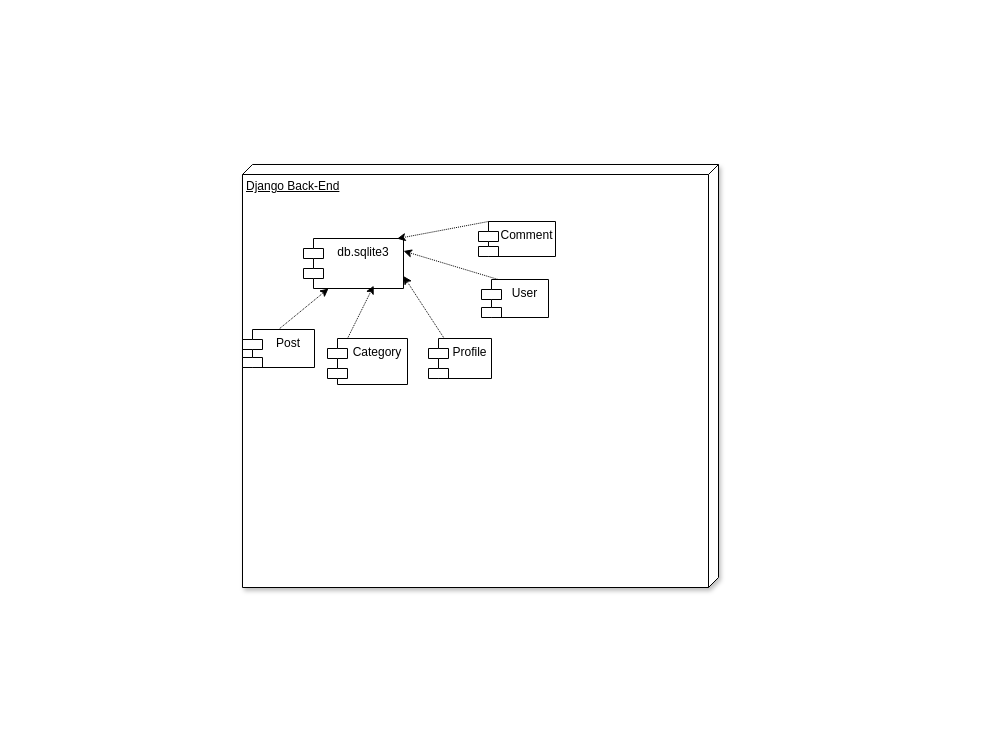
The draw.io diagram Diglog-Intro/deployment.drawio in mmd-punisher/Diglog, before the edit. Source tidied: cells renumbered, new cells numbered last; positions are measured from the earlier drawing's top-left corner, leaving out a move shared by most shapes. Both pictures are drawn from the tidied source at 100%, with x=0, y=0 at pixel (242, 164). Pictures stored in the file or linked from it are replaced by grey dashed boxes.
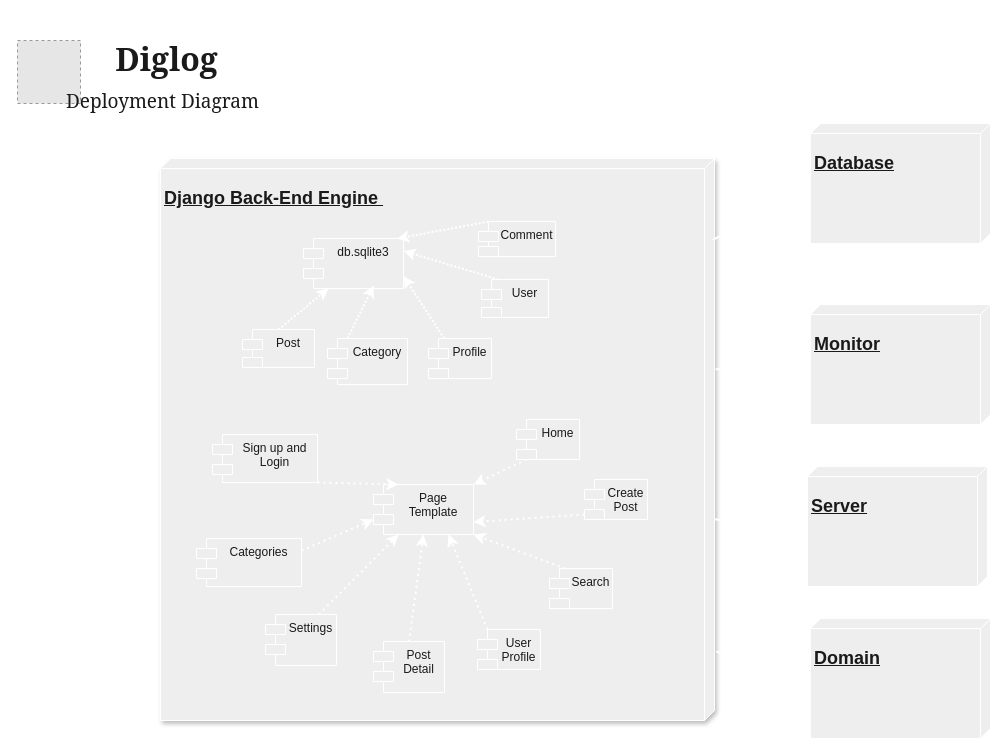
The same diagram, later.

Diff of the diagram source:
```diff
@@
-    <mxCell id="2" value="Django Back-End" style="verticalAlign=top;align=left;spacingTop=8;spacingLeft=2;spacingRight=12;shape=cube;size=10;direction=south;fontStyle=4;html=1;whiteSpace=wrap;shadow=1;" parent="1" vertex="1">
-      <mxGeometry width="476" height="423" as="geometry" />
+    <mxCell id="2" value="&lt;h2&gt;Django Back-End Engine&amp;nbsp;&lt;/h2&gt;" style="verticalAlign=top;align=left;spacingTop=8;spacingLeft=2;spacingRight=12;shape=cube;size=10;direction=south;fontStyle=4;html=1;whiteSpace=wrap;shadow=1;labelBackgroundColor=none;fillColor=#EEEEEE;strokeColor=#FFFFFF;fontColor=#1A1A1A;" parent="1" vertex="1">
+      <mxGeometry x="-82" y="-6" width="554" height="562" as="geometry" />
     </mxCell>
-    <mxCell id="3" value="db.sqlite3" style="shape=module;align=left;spacingLeft=20;align=center;verticalAlign=top;whiteSpace=wrap;html=1;" parent="1" vertex="1">
+    <mxCell id="3" value="db.sqlite3" style="shape=module;align=left;spacingLeft=20;align=center;verticalAlign=top;whiteSpace=wrap;html=1;labelBackgroundColor=none;fillColor=#EEEEEE;strokeColor=#FFFFFF;fontColor=#1A1A1A;" parent="1" vertex="1">
       <mxGeometry x="61" y="74" width="100" height="50" as="geometry" />
     </mxCell>
-    <mxCell id="4" style="rounded=0;jettySize=auto;html=1;exitX=0.5;exitY=0;exitDx=0;exitDy=0;entryX=0.25;entryY=1;entryDx=0;entryDy=0;dashed=1;dashPattern=1 1;" parent="1" edge="1" source="5" target="3">
+    <mxCell id="4" style="rounded=0;jettySize=auto;html=1;exitX=0.5;exitY=0;exitDx=0;exitDy=0;entryX=0.25;entryY=1;entryDx=0;entryDy=0;dashed=1;dashPattern=1 1;strokeWidth=2;labelBackgroundColor=none;strokeColor=#FFFFFF;fontColor=default;" parent="1" edge="1" source="5" target="3">
       <mxGeometry relative="1" as="geometry" />
     </mxCell>
-    <mxCell id="5" value="Post" style="shape=module;align=left;spacingLeft=20;align=center;verticalAlign=top;whiteSpace=wrap;html=1;" parent="1" vertex="1">
+    <mxCell id="5" value="Post" style="shape=module;align=left;spacingLeft=20;align=center;verticalAlign=top;whiteSpace=wrap;html=1;labelBackgroundColor=none;fillColor=#EEEEEE;strokeColor=#FFFFFF;fontColor=#1A1A1A;" parent="1" vertex="1">
       <mxGeometry y="165" width="72" height="38" as="geometry" />
     </mxCell>
-    <mxCell id="6" value="Category" style="shape=module;align=left;spacingLeft=20;align=center;verticalAlign=top;whiteSpace=wrap;html=1;" parent="1" vertex="1">
+    <mxCell id="6" value="Category" style="shape=module;align=left;spacingLeft=20;align=center;verticalAlign=top;whiteSpace=wrap;html=1;labelBackgroundColor=none;fillColor=#EEEEEE;strokeColor=#FFFFFF;fontColor=#1A1A1A;" parent="1" vertex="1">
       <mxGeometry x="85" y="174" width="80" height="46" as="geometry" />
     </mxCell>
-    <mxCell id="7" style="rounded=0;jettySize=auto;html=1;exitX=0.25;exitY=0;exitDx=0;exitDy=0;entryX=1;entryY=0.25;entryDx=0;entryDy=0;dashed=1;dashPattern=1 1;" parent="1" edge="1" source="8" target="3">
+    <mxCell id="7" style="rounded=0;jettySize=auto;html=1;exitX=0.25;exitY=0;exitDx=0;exitDy=0;entryX=1;entryY=0.25;entryDx=0;entryDy=0;dashed=1;dashPattern=1 1;strokeWidth=2;labelBackgroundColor=none;strokeColor=#FFFFFF;fontColor=default;" parent="1" edge="1" source="8" target="3">
       <mxGeometry relative="1" as="geometry" />
     </mxCell>
-    <mxCell id="8" value="User" style="shape=module;align=left;spacingLeft=20;align=center;verticalAlign=top;whiteSpace=wrap;html=1;" parent="1" vertex="1">
+    <mxCell id="8" value="User" style="shape=module;align=left;spacingLeft=20;align=center;verticalAlign=top;whiteSpace=wrap;html=1;labelBackgroundColor=none;fillColor=#EEEEEE;strokeColor=#FFFFFF;fontColor=#1A1A1A;" parent="1" vertex="1">
       <mxGeometry x="239" y="115" width="67" height="38" as="geometry" />
     </mxCell>
-    <mxCell id="9" style="rounded=0;jettySize=auto;html=1;exitX=0.25;exitY=0;exitDx=0;exitDy=0;entryX=1;entryY=0.75;entryDx=0;entryDy=0;dashed=1;dashPattern=1 1;" parent="1" edge="1" source="10" target="3">
+    <mxCell id="9" style="rounded=0;jettySize=auto;html=1;exitX=0.25;exitY=0;exitDx=0;exitDy=0;entryX=1;entryY=0.75;entryDx=0;entryDy=0;dashed=1;dashPattern=1 1;strokeWidth=2;labelBackgroundColor=none;strokeColor=#FFFFFF;fontColor=default;" parent="1" edge="1" source="10" target="3">
       <mxGeometry relative="1" as="geometry" />
     </mxCell>
-    <mxCell id="10" value="Profile" style="shape=module;align=left;spacingLeft=20;align=center;verticalAlign=top;whiteSpace=wrap;html=1;" parent="1" vertex="1">
+    <mxCell id="10" value="Profile" style="shape=module;align=left;spacingLeft=20;align=center;verticalAlign=top;whiteSpace=wrap;html=1;labelBackgroundColor=none;fillColor=#EEEEEE;strokeColor=#FFFFFF;fontColor=#1A1A1A;" parent="1" vertex="1">
       <mxGeometry x="186" y="174" width="63" height="40" as="geometry" />
     </mxCell>
-    <mxCell id="11" style="rounded=0;jettySize=auto;html=1;exitX=0.25;exitY=0;exitDx=0;exitDy=0;entryX=0.702;entryY=0.943;entryDx=0;entryDy=0;entryPerimeter=0;dashed=1;dashPattern=1 1;" parent="1" edge="1" source="6" target="3">
+    <mxCell id="11" style="rounded=0;jettySize=auto;html=1;exitX=0.25;exitY=0;exitDx=0;exitDy=0;entryX=0.702;entryY=0.943;entryDx=0;entryDy=0;entryPerimeter=0;dashed=1;dashPattern=1 1;strokeWidth=2;labelBackgroundColor=none;strokeColor=#FFFFFF;fontColor=default;" parent="1" edge="1" source="6" target="3">
       <mxGeometry relative="1" as="geometry" />
     </mxCell>
-    <mxCell id="12" value="Comment" style="shape=module;align=left;spacingLeft=20;align=center;verticalAlign=top;whiteSpace=wrap;html=1;" parent="1" vertex="1">
+    <mxCell id="12" value="Comment" style="shape=module;align=left;spacingLeft=20;align=center;verticalAlign=top;whiteSpace=wrap;html=1;labelBackgroundColor=none;fillColor=#EEEEEE;strokeColor=#FFFFFF;fontColor=#1A1A1A;" parent="1" vertex="1">
       <mxGeometry x="236" y="57" width="77" height="35" as="geometry" />
     </mxCell>
-    <mxCell id="13" style="rounded=0;jettySize=auto;html=1;exitX=0;exitY=0;exitDx=10;exitDy=0;exitPerimeter=0;entryX=0.936;entryY=0.003;entryDx=0;entryDy=0;entryPerimeter=0;dashed=1;dashPattern=1 1;" parent="1" edge="1" source="12" target="3">
+    <mxCell id="13" style="rounded=0;jettySize=auto;html=1;exitX=0;exitY=0;exitDx=10;exitDy=0;exitPerimeter=0;entryX=0.936;entryY=0.003;entryDx=0;entryDy=0;entryPerimeter=0;dashed=1;dashPattern=1 1;strokeWidth=2;labelBackgroundColor=none;strokeColor=#FFFFFF;fontColor=default;" parent="1" edge="1" source="12" target="3">
       <mxGeometry relative="1" as="geometry" />
     </mxCell>
+    <mxCell id="14" value="Page Template" style="shape=module;align=left;spacingLeft=20;align=center;verticalAlign=top;whiteSpace=wrap;html=1;labelBackgroundColor=none;fillColor=#EEEEEE;strokeColor=#FFFFFF;fontColor=#1A1A1A;" parent="1" vertex="1">
+      <mxGeometry x="131" y="320" width="100" height="50" as="geometry" />
+    </mxCell>
+    <mxCell id="15" style="rounded=0;jettySize=auto;html=1;exitX=0;exitY=1;exitDx=10;exitDy=0;exitPerimeter=0;entryX=1;entryY=0;entryDx=0;entryDy=0;dashed=1;dashPattern=1 2;strokeWidth=2;labelBackgroundColor=none;strokeColor=#FFFFFF;fontColor=default;" parent="1" edge="1" source="16" target="14">
+      <mxGeometry relative="1" as="geometry" />
+    </mxCell>
+    <mxCell id="16" value="Home" style="shape=module;align=left;spacingLeft=20;align=center;verticalAlign=top;whiteSpace=wrap;html=1;labelBackgroundColor=none;fillColor=#EEEEEE;strokeColor=#FFFFFF;fontColor=#1A1A1A;" parent="1" vertex="1">
+      <mxGeometry x="274" y="255" width="63" height="40" as="geometry" />
+    </mxCell>
+    <mxCell id="17" style="rounded=0;jettySize=auto;html=1;exitX=0;exitY=0;exitDx=0;exitDy=35;exitPerimeter=0;entryX=1;entryY=0.75;entryDx=0;entryDy=0;dashed=1;dashPattern=1 2;strokeWidth=2;labelBackgroundColor=none;strokeColor=#FFFFFF;fontColor=default;" parent="1" edge="1" source="18" target="14">
+      <mxGeometry relative="1" as="geometry" />
+    </mxCell>
+    <mxCell id="18" value="Create Post" style="shape=module;align=left;spacingLeft=20;align=center;verticalAlign=top;whiteSpace=wrap;html=1;labelBackgroundColor=none;fillColor=#EEEEEE;strokeColor=#FFFFFF;fontColor=#1A1A1A;" parent="1" vertex="1">
+      <mxGeometry x="342" y="315" width="63" height="40" as="geometry" />
+    </mxCell>
+    <mxCell id="19" value="Categories" style="shape=module;align=left;spacingLeft=20;align=center;verticalAlign=top;whiteSpace=wrap;html=1;labelBackgroundColor=none;fillColor=#EEEEEE;strokeColor=#FFFFFF;fontColor=#1A1A1A;" parent="1" vertex="1">
+      <mxGeometry x="-46" y="374" width="105" height="48" as="geometry" />
+    </mxCell>
+    <mxCell id="20" style="rounded=0;jettySize=auto;html=1;exitX=0.5;exitY=0;exitDx=0;exitDy=0;entryX=0.5;entryY=1;entryDx=0;entryDy=0;dashed=1;dashPattern=1 2;strokeWidth=2;labelBackgroundColor=none;strokeColor=#FFFFFF;fontColor=default;" parent="1" edge="1" source="21" target="14">
+      <mxGeometry relative="1" as="geometry" />
+    </mxCell>
+    <mxCell id="21" value="Post Detail" style="shape=module;align=left;spacingLeft=20;align=center;verticalAlign=top;whiteSpace=wrap;html=1;labelBackgroundColor=none;fillColor=#EEEEEE;strokeColor=#FFFFFF;fontColor=#1A1A1A;" parent="1" vertex="1">
+      <mxGeometry x="131" y="477" width="71" height="51" as="geometry" />
+    </mxCell>
+    <mxCell id="22" style="rounded=0;jettySize=auto;html=1;exitX=0;exitY=0;exitDx=10;exitDy=0;exitPerimeter=0;entryX=0.75;entryY=1;entryDx=0;entryDy=0;dashed=1;dashPattern=1 2;strokeWidth=2;labelBackgroundColor=none;strokeColor=#FFFFFF;fontColor=default;" parent="1" edge="1" source="23" target="14">
+      <mxGeometry relative="1" as="geometry" />
+    </mxCell>
+    <mxCell id="23" value="User Profile" style="shape=module;align=left;spacingLeft=20;align=center;verticalAlign=top;whiteSpace=wrap;html=1;labelBackgroundColor=none;fillColor=#EEEEEE;strokeColor=#FFFFFF;fontColor=#1A1A1A;" parent="1" vertex="1">
+      <mxGeometry x="235" y="465" width="63" height="40" as="geometry" />
+    </mxCell>
+    <mxCell id="24" style="rounded=0;jettySize=auto;html=1;exitX=1;exitY=1;exitDx=0;exitDy=0;entryX=0.25;entryY=0;entryDx=0;entryDy=0;dashed=1;dashPattern=1 2;strokeWidth=2;labelBackgroundColor=none;strokeColor=#FFFFFF;fontColor=default;" parent="1" edge="1" source="25" target="14">
+      <mxGeometry relative="1" as="geometry" />
+    </mxCell>
+    <mxCell id="25" value="Sign up and Login" style="shape=module;align=left;spacingLeft=20;align=center;verticalAlign=top;whiteSpace=wrap;html=1;labelBackgroundColor=none;fillColor=#EEEEEE;strokeColor=#FFFFFF;fontColor=#1A1A1A;" parent="1" vertex="1">
+      <mxGeometry x="-30" y="270" width="105" height="48" as="geometry" />
+    </mxCell>
+    <mxCell id="26" style="rounded=0;jettySize=auto;html=1;exitX=0.25;exitY=0;exitDx=0;exitDy=0;entryX=1;entryY=1;entryDx=0;entryDy=0;dashed=1;dashPattern=1 2;strokeWidth=2;labelBackgroundColor=none;strokeColor=#FFFFFF;fontColor=default;" parent="1" edge="1" source="27" target="14">
+      <mxGeometry relative="1" as="geometry" />
+    </mxCell>
+    <mxCell id="27" value="Search" style="shape=module;align=left;spacingLeft=20;align=center;verticalAlign=top;whiteSpace=wrap;html=1;labelBackgroundColor=none;fillColor=#EEEEEE;strokeColor=#FFFFFF;fontColor=#1A1A1A;" parent="1" vertex="1">
+      <mxGeometry x="307" y="404" width="63" height="40" as="geometry" />
+    </mxCell>
+    <mxCell id="28" style="rounded=0;jettySize=auto;html=1;exitX=0.75;exitY=0;exitDx=0;exitDy=0;entryX=0.25;entryY=1;entryDx=0;entryDy=0;dashed=1;dashPattern=1 2;strokeWidth=2;labelBackgroundColor=none;strokeColor=#FFFFFF;fontColor=default;" parent="1" edge="1" source="29" target="14">
+      <mxGeometry relative="1" as="geometry" />
+    </mxCell>
+    <mxCell id="29" value="&lt;div&gt;Settings&lt;/div&gt;" style="shape=module;align=left;spacingLeft=20;align=center;verticalAlign=top;whiteSpace=wrap;html=1;labelBackgroundColor=none;fillColor=#EEEEEE;strokeColor=#FFFFFF;fontColor=#1A1A1A;" parent="1" vertex="1">
+      <mxGeometry x="23" y="450" width="71" height="51" as="geometry" />
+    </mxCell>
+    <mxCell id="30" style="rounded=0;jettySize=auto;html=1;exitX=1;exitY=0.25;exitDx=0;exitDy=0;entryX=0;entryY=0;entryDx=0;entryDy=35;entryPerimeter=0;dashed=1;dashPattern=1 2;strokeWidth=2;labelBackgroundColor=none;strokeColor=#FFFFFF;fontColor=default;" parent="1" edge="1" source="19" target="14">
+      <mxGeometry relative="1" as="geometry" />
+    </mxCell>
+    <mxCell id="31" value="&lt;h2&gt;Database&lt;/h2&gt;" style="verticalAlign=top;align=left;spacingTop=8;spacingLeft=2;spacingRight=12;shape=cube;size=10;direction=south;fontStyle=4;html=1;whiteSpace=wrap;labelBackgroundColor=none;fillColor=#EEEEEE;strokeColor=#FFFFFF;fontColor=#1A1A1A;" parent="1" vertex="1">
+      <mxGeometry x="568" y="-41" width="180" height="120" as="geometry" />
+    </mxCell>
+    <mxCell id="32" value="&lt;h2&gt;Monitor&lt;/h2&gt;" style="verticalAlign=top;align=left;spacingTop=8;spacingLeft=2;spacingRight=12;shape=cube;size=10;direction=south;fontStyle=4;html=1;whiteSpace=wrap;labelBackgroundColor=none;fillColor=#EEEEEE;strokeColor=#FFFFFF;fontColor=#1A1A1A;" parent="1" vertex="1">
+      <mxGeometry x="568" y="140" width="180" height="120" as="geometry" />
+    </mxCell>
+    <mxCell id="33" value="&lt;h2&gt;Server&lt;/h2&gt;" style="verticalAlign=top;align=left;spacingTop=8;spacingLeft=2;spacingRight=12;shape=cube;size=10;direction=south;fontStyle=4;html=1;whiteSpace=wrap;labelBackgroundColor=none;fillColor=#EEEEEE;strokeColor=#FFFFFF;fontColor=#1A1A1A;" parent="1" vertex="1">
+      <mxGeometry x="565" y="302" width="180" height="120" as="geometry" />
+    </mxCell>
+    <mxCell id="34" value="&lt;h2&gt;Domain&lt;/h2&gt;" style="verticalAlign=top;align=left;spacingTop=8;spacingLeft=2;spacingRight=12;shape=cube;size=10;direction=south;fontStyle=4;html=1;whiteSpace=wrap;labelBackgroundColor=none;fillColor=#EEEEEE;strokeColor=#FFFFFF;fontColor=#1A1A1A;" parent="1" vertex="1">
+      <mxGeometry x="568" y="454" width="180" height="120" as="geometry" />
+    </mxCell>
+    <mxCell id="35" style="rounded=0;jettySize=auto;html=1;exitX=0;exitY=0;exitDx=65;exitDy=180;exitPerimeter=0;entryX=0.877;entryY=-0.003;entryDx=0;entryDy=0;entryPerimeter=0;endArrow=none;endFill=0;strokeWidth=2;labelBackgroundColor=none;strokeColor=#FFFFFF;fontColor=default;" parent="1" edge="1" source="34" target="2">
+      <mxGeometry relative="1" as="geometry" />
+    </mxCell>
+    <mxCell id="36" style="rounded=0;jettySize=auto;html=1;exitX=0;exitY=0;exitDx=65;exitDy=180;exitPerimeter=0;entryX=0.642;entryY=0;entryDx=0;entryDy=0;entryPerimeter=0;endArrow=none;endFill=0;strokeWidth=2;labelBackgroundColor=none;strokeColor=#FFFFFF;fontColor=default;" parent="1" edge="1" source="33" target="2">
+      <mxGeometry relative="1" as="geometry" />
+    </mxCell>
+    <mxCell id="37" style="rounded=0;jettySize=auto;html=1;exitX=0;exitY=0;exitDx=65;exitDy=180;exitPerimeter=0;entryX=0.375;entryY=-0.002;entryDx=0;entryDy=0;entryPerimeter=0;endArrow=none;endFill=0;strokeWidth=2;labelBackgroundColor=none;strokeColor=#FFFFFF;fontColor=default;" parent="1" edge="1" source="32" target="2">
+      <mxGeometry relative="1" as="geometry" />
+    </mxCell>
+    <mxCell id="38" style="rounded=0;jettySize=auto;html=1;exitX=0;exitY=0;exitDx=65;exitDy=180;exitPerimeter=0;entryX=0.145;entryY=0.003;entryDx=0;entryDy=0;entryPerimeter=0;endArrow=none;endFill=0;strokeWidth=2;labelBackgroundColor=none;strokeColor=#FFFFFF;fontColor=default;" parent="1" edge="1" source="31" target="2">
+      <mxGeometry relative="1" as="geometry" />
+    </mxCell>
+    <mxCell id="39" style="fillColor=#E6E6E6;strokeColor=#999999;dashed=1;verticalLabelPosition=bottom;labelBackgroundColor=none;verticalAlign=top;fontColor=#1A1A1A;" parent="1" vertex="1">
+      <mxGeometry x="-225" y="-124" width="63" height="63" as="geometry" />
+    </mxCell>
+    <mxCell id="40" value="&lt;h1&gt;&lt;font style=&quot;font-size: 32px;&quot; face=&quot;Georgia&quot;&gt;Diglog&lt;/font&gt;&lt;/h1&gt;" style="text;html=1;align=center;verticalAlign=middle;strokeColor=none;fillColor=none;labelBackgroundColor=none;fontColor=#1A1A1A;strokeWidth=3;" parent="1" vertex="1">
+      <mxGeometry x="-138" y="-147" width="124" height="83" as="geometry" />
+    </mxCell>
+    <mxCell id="41" value="&lt;h2&gt;&lt;font face=&quot;Georgia&quot;&gt;&lt;span style=&quot;font-size: 19px; font-weight: 400;&quot;&gt;Deployment&lt;/span&gt;&lt;/font&gt;&lt;font style=&quot;font-size: 19px; font-weight: normal;&quot; face=&quot;Georgia&quot;&gt;&amp;nbsp;Diagram&lt;/font&gt;&lt;/h2&gt;" style="text;html=1;align=center;verticalAlign=middle;strokeColor=none;fillColor=none;labelBackgroundColor=none;fontColor=#1A1A1A;strokeWidth=3;" parent="1" vertex="1">
+      <mxGeometry x="-180" y="-96" width="199" height="65" as="geometry" />
+    </mxCell>
```
